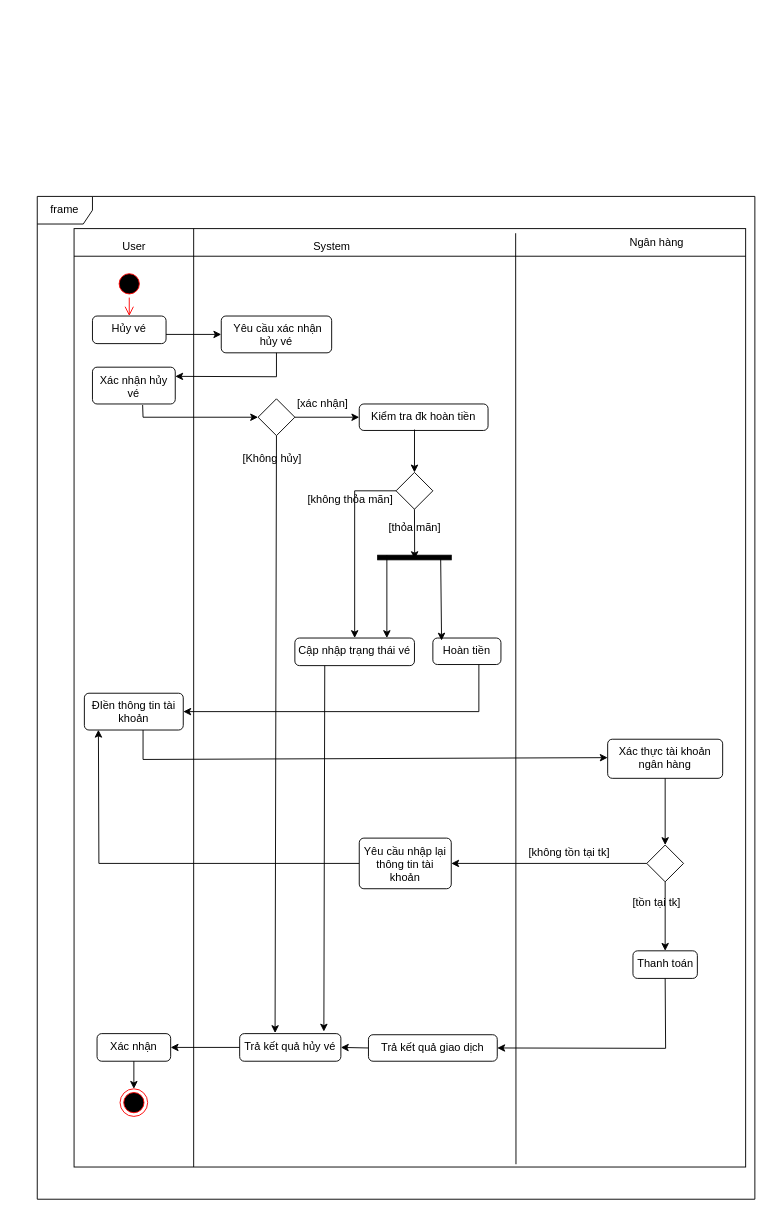
Above: Activity Diagram/Activity Diagram Canclebooking.drawio in dvhAoU1374/IT3120-PTTKHT (draw.io), before the change. Source tidied: cells renumbered, new cells numbered last; positions are measured from the earlier drawing's top-left corner, leaving out a move shared by most shapes. Both pictures are drawn from the tidied source at 92%, with x=0, y=0 at pixel (37, 196).
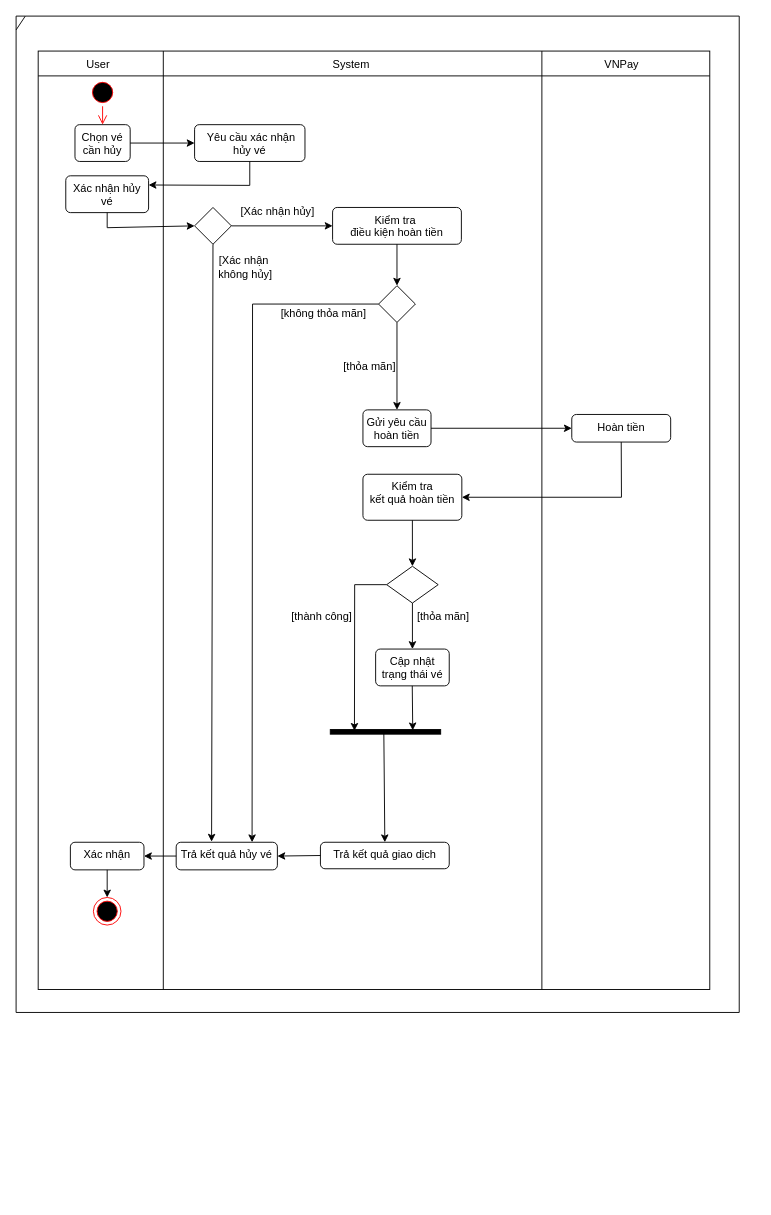
After the change.

Change to the diagram source:
```diff
@@
-    <mxCell id="2" value="frame" style="shape=umlFrame;whiteSpace=wrap;html=1;" parent="1" vertex="1">
-      <mxGeometry width="780" height="1090" as="geometry" />
-    </mxCell>
-    <mxCell id="3" style="shape=internalStorage;whiteSpace=wrap;html=1;backgroundOutline=1;dx=130;dy=30;" parent="1" vertex="1">
-      <mxGeometry x="40" y="35" width="730" height="1020" as="geometry" />
+    <mxCell id="3" style="shape=internalStorage;whiteSpace=wrap;html=1;backgroundOutline=1;dx=136;dy=27;" parent="1" vertex="1">
+      <mxGeometry x="1" y="-158" width="730" height="1020" as="geometry" />
     </mxCell>
     <mxCell id="4" value="User" style="text;html=1;align=center;verticalAlign=middle;strokeColor=none;fillColor=none;" parent="1" vertex="1">
-      <mxGeometry x="80" y="40" width="50" height="30" as="geometry" />
+      <mxGeometry x="41" y="-158" width="50" height="30" as="geometry" />
     </mxCell>
     <mxCell id="5" value="System" style="text;html=1;align=center;verticalAlign=middle;strokeColor=none;fillColor=none;" parent="1" vertex="1">
-      <mxGeometry x="290" y="40" width="60" height="30" as="geometry" />
+      <mxGeometry x="311" y="-158" width="60" height="30" as="geometry" />
     </mxCell>
-    <mxCell id="6" value="Hủy vé" style="html=1;align=center;verticalAlign=top;rounded=1;absoluteArcSize=1;arcSize=10;dashed=0;whiteSpace=wrap;" parent="1" vertex="1">
-      <mxGeometry x="60" y="130" width="80" height="30" as="geometry" />
+    <mxCell id="6" value="Chọn vé cần hủy" style="html=1;align=center;verticalAlign=top;rounded=1;absoluteArcSize=1;arcSize=10;dashed=0;whiteSpace=wrap;" parent="1" vertex="1">
+      <mxGeometry x="41" y="-78" width="60" height="40" as="geometry" />
     </mxCell>
     <mxCell id="7" value="&amp;nbsp;Yêu cầu xác nhận hủy vé" style="html=1;align=center;verticalAlign=top;rounded=1;absoluteArcSize=1;arcSize=10;dashed=0;whiteSpace=wrap;" parent="1" vertex="1">
-      <mxGeometry x="200" y="130" width="120" height="40" as="geometry" />
+      <mxGeometry x="171" y="-78" width="120" height="40" as="geometry" />
     </mxCell>
-    <mxCell id="8" style="endArrow=classic;html=1;rounded=0;entryX=0;entryY=0.5;entryDx=0;entryDy=0;" parent="1" edge="1" target="7">
-      <mxGeometry relative="1" as="geometry">
-        <mxPoint x="140" y="150" as="sourcePoint" />
-      </mxGeometry>
+    <mxCell id="8" style="endArrow=classic;html=1;rounded=0;entryX=0;entryY=0.5;entryDx=0;entryDy=0;exitX=1;exitY=0.5;exitDx=0;exitDy=0;" parent="1" edge="1" source="6" target="7">
+      <mxGeometry relative="1" as="geometry" />
     </mxCell>
-    <mxCell id="9" value="Kiểm tra đk hoàn tiền" style="html=1;align=center;verticalAlign=top;rounded=1;absoluteArcSize=1;arcSize=10;dashed=0;whiteSpace=wrap;" parent="1" vertex="1">
-      <mxGeometry x="350" y="225.6" width="140" height="28.8" as="geometry" />
+    <mxCell id="9" value="Kiểm tra&amp;nbsp;&lt;div&gt;điều kiện hoàn tiền&lt;/div&gt;" style="html=1;align=center;verticalAlign=top;rounded=1;absoluteArcSize=1;arcSize=10;dashed=0;whiteSpace=wrap;" parent="1" vertex="1">
+      <mxGeometry x="321" y="12" width="140" height="40" as="geometry" />
     </mxCell>
     <mxCell id="10" style="ellipse;html=1;shape=startState;fillColor=#000000;strokeColor=#ff0000;" parent="1" vertex="1">
-      <mxGeometry x="85" y="80" width="30" height="30" as="geometry" />
+      <mxGeometry x="56" y="-128" width="30" height="30" as="geometry" />
     </mxCell>
@@
-    <mxCell id="12" value="Cập nhập trạng thái vé" style="html=1;align=center;verticalAlign=top;rounded=1;absoluteArcSize=1;arcSize=10;dashed=0;whiteSpace=wrap;" parent="1" vertex="1">
-      <mxGeometry x="280" y="480" width="130" height="30" as="geometry" />
-    </mxCell>
-    <mxCell id="13" value="Hoàn tiền" style="html=1;align=center;verticalAlign=top;rounded=1;absoluteArcSize=1;arcSize=10;dashed=0;whiteSpace=wrap;" parent="1" vertex="1">
-      <mxGeometry x="430" y="480" width="74" height="28.8" as="geometry" />
+    <mxCell id="13" value="Gửi yêu cầu hoàn tiền" style="html=1;align=center;verticalAlign=top;rounded=1;absoluteArcSize=1;arcSize=10;dashed=0;whiteSpace=wrap;" parent="1" vertex="1">
+      <mxGeometry x="354" y="232" width="74" height="40" as="geometry" />
     </mxCell>
-    <mxCell id="14" value="ĐIền thông tin tài khoản" style="html=1;align=center;verticalAlign=top;rounded=1;absoluteArcSize=1;arcSize=10;dashed=0;whiteSpace=wrap;" parent="1" vertex="1">
-      <mxGeometry x="51.2" y="540" width="107.5" height="40" as="geometry" />
+    <mxCell id="14" value="Hoàn tiền" style="html=1;align=center;verticalAlign=top;rounded=1;absoluteArcSize=1;arcSize=10;dashed=0;whiteSpace=wrap;" parent="1" vertex="1">
+      <mxGeometry x="581" y="237" width="107.5" height="30" as="geometry" />
     </mxCell>
-    <mxCell id="15" value="Xác thực tài khoản ngân hàng" style="html=1;align=center;verticalAlign=top;rounded=1;absoluteArcSize=1;arcSize=10;dashed=0;whiteSpace=wrap;" parent="1" vertex="1">
-      <mxGeometry x="620" y="590" width="125" height="42.5" as="geometry" />
-    </mxCell>
     <mxCell id="16" value="Trả kết quả hủy vé" style="html=1;align=center;verticalAlign=top;rounded=1;absoluteArcSize=1;arcSize=10;dashed=0;whiteSpace=wrap;" parent="1" vertex="1">
-      <mxGeometry x="220" y="910" width="110" height="30" as="geometry" />
+      <mxGeometry x="151" y="702" width="110" height="30" as="geometry" />
     </mxCell>
     <mxCell id="17" value="Xác nhận" style="html=1;align=center;verticalAlign=top;rounded=1;absoluteArcSize=1;arcSize=10;dashed=0;whiteSpace=wrap;" parent="1" vertex="1">
-      <mxGeometry x="65" y="910" width="80" height="30" as="geometry" />
+      <mxGeometry x="36" y="702" width="80" height="30" as="geometry" />
     </mxCell>
     <mxCell id="18" value="Trả kết quả giao dịch" style="html=1;align=center;verticalAlign=top;rounded=1;absoluteArcSize=1;arcSize=10;dashed=0;whiteSpace=wrap;" parent="1" vertex="1">
-      <mxGeometry x="360" y="911.2" width="140" height="28.8" as="geometry" />
+      <mxGeometry x="307.8" y="702" width="140" height="28.8" as="geometry" />
     </mxCell>
-    <mxCell id="19" value="Thanh toán" style="html=1;align=center;verticalAlign=top;rounded=1;absoluteArcSize=1;arcSize=10;dashed=0;whiteSpace=wrap;" parent="1" vertex="1">
-      <mxGeometry x="647.5" y="820" width="70" height="30" as="geometry" />
-    </mxCell>
     <mxCell id="20" style="shape=rhombus;html=1;verticalLabelPosition=bottom;verticalAlignment=top;" parent="1" vertex="1">
-      <mxGeometry x="240" y="220" width="40" height="40" as="geometry" />
+      <mxGeometry x="171" y="12" width="40" height="40" as="geometry" />
     </mxCell>
     <mxCell id="21" style="endArrow=classic;html=1;rounded=0;exitX=0.5;exitY=1;exitDx=0;exitDy=0;exitPerimeter=0;entryX=1;entryY=0.25;entryDx=0;entryDy=0;" parent="1" edge="1" source="7" target="47">
       <mxGeometry relative="1" as="geometry">
         <Array as="points">
-          <mxPoint x="260" y="196" />
+          <mxPoint x="231" y="-12" />
         </Array>
       </mxGeometry>
     </mxCell>
@@
     <mxCell id="24" style="shape=rhombus;html=1;verticalLabelPosition=bottom;verticalAlignment=top;" parent="1" vertex="1">
-      <mxGeometry x="390" y="300" width="40" height="40" as="geometry" />
+      <mxGeometry x="371" y="97" width="40" height="40" as="geometry" />
     </mxCell>
-    <mxCell id="25" style="endArrow=classic;html=1;rounded=0;entryX=0.5;entryY=0;entryDx=0;entryDy=0;exitX=0.429;exitY=0.966;exitDx=0;exitDy=0;exitPerimeter=0;" parent="1" edge="1" source="9" target="24">
+    <mxCell id="25" style="endArrow=classic;html=1;rounded=0;entryX=0.5;entryY=0;entryDx=0;entryDy=0;exitX=0.5;exitY=1;exitDx=0;exitDy=0;" parent="1" edge="1" source="9" target="24">
       <mxGeometry relative="1" as="geometry" />
     </mxCell>
@@
-    <mxCell id="27" style="endArrow=classic;html=1;rounded=0;entryX=0.84;entryY=0.497;entryDx=0;entryDy=0;exitX=0.5;exitY=1;exitDx=0;exitDy=0;entryPerimeter=0;" parent="1" edge="1" source="24" target="28">
-      <mxGeometry relative="1" as="geometry" />
-    </mxCell>
-    <mxCell id="28" style="html=1;points=[];perimeter=orthogonalPerimeter;fillColor=strokeColor;direction=south;" parent="1" vertex="1">
-      <mxGeometry x="370" y="390" width="80" height="5" as="geometry" />
-    </mxCell>
-    <mxCell id="29" style="endArrow=classic;html=1;rounded=0;" parent="1" edge="1">
-      <mxGeometry relative="1" as="geometry">
-        <mxPoint x="380" y="390" as="sourcePoint" />
-        <mxPoint x="380" y="480" as="targetPoint" />
-      </mxGeometry>
-    </mxCell>
-    <mxCell id="30" style="endArrow=classic;html=1;rounded=0;exitX=0.55;exitY=0.144;exitDx=0;exitDy=0;exitPerimeter=0;entryX=0.128;entryY=0.096;entryDx=0;entryDy=0;entryPerimeter=0;" parent="1" edge="1" source="28" target="13">
+    <mxCell id="30" style="endArrow=classic;html=1;rounded=0;exitX=0.5;exitY=1;exitDx=0;exitDy=0;entryX=0.5;entryY=0;entryDx=0;entryDy=0;" parent="1" edge="1" source="24" target="13">
       <mxGeometry relative="1" as="geometry" />
     </mxCell>
-    <mxCell id="31" style="endArrow=classic;html=1;rounded=0;exitX=0;exitY=0.5;exitDx=0;exitDy=0;entryX=0.5;entryY=0;entryDx=0;entryDy=0;" parent="1" edge="1" source="24" target="12">
+    <mxCell id="31" style="endArrow=classic;html=1;rounded=0;exitX=0;exitY=0.5;exitDx=0;exitDy=0;entryX=0.75;entryY=0;entryDx=0;entryDy=0;" parent="1" edge="1" source="24" target="16">
       <mxGeometry relative="1" as="geometry">
         <Array as="points">
-          <mxPoint x="345" y="320" />
+          <mxPoint x="234" y="117" />
         </Array>
       </mxGeometry>
     </mxCell>
-    <mxCell id="32" style="endArrow=classic;html=1;rounded=0;exitX=0.676;exitY=1;exitDx=0;exitDy=0;exitPerimeter=0;entryX=1;entryY=0.5;entryDx=0;entryDy=0;" parent="1" edge="1" source="13" target="14">
-      <mxGeometry relative="1" as="geometry">
-        <Array as="points">
-          <mxPoint x="480" y="560" />
-        </Array>
-      </mxGeometry>
-    </mxCell>
-    <mxCell id="33" style="endArrow=classic;html=1;rounded=0;exitX=0.5;exitY=1;exitDx=0;exitDy=0;entryX=0;entryY=0.471;entryDx=0;entryDy=0;entryPerimeter=0;" parent="1" edge="1" target="15">
-      <mxGeometry relative="1" as="geometry">
-        <mxPoint x="115" y="580" as="sourcePoint" />
-        <Array as="points">
-          <mxPoint x="115" y="612" />
-        </Array>
-      </mxGeometry>
-    </mxCell>
-    <mxCell id="34" style="shape=rhombus;html=1;verticalLabelPosition=bottom;verticalAlignment=top;" parent="1" vertex="1">
-      <mxGeometry x="662.5" y="705" width="40" height="40" as="geometry" />
-    </mxCell>
-    <mxCell id="35" style="edgeStyle=orthogonalEdgeStyle;rounded=0;orthogonalLoop=1;jettySize=auto;html=1;exitX=0.5;exitY=1;exitDx=0;exitDy=0;" parent="1" edge="1" source="19" target="19">
-      <mxGeometry relative="1" as="geometry" />
+    <mxCell id="35" style="edgeStyle=orthogonalEdgeStyle;rounded=0;orthogonalLoop=1;jettySize=auto;html=1;exitX=0.5;exitY=1;exitDx=0;exitDy=0;" parent="1" edge="1">
+      <mxGeometry relative="1" as="geometry">
+        <mxPoint x="653.5" y="642" as="sourcePoint" />
+        <mxPoint x="653.5" y="642" as="targetPoint" />
+      </mxGeometry>
     </mxCell>
-    <mxCell id="36" style="endArrow=classic;html=1;rounded=0;entryX=0.5;entryY=0;entryDx=0;entryDy=0;exitX=0.5;exitY=1;exitDx=0;exitDy=0;" parent="1" edge="1" source="15" target="34">
-      <mxGeometry relative="1" as="geometry" />
-    </mxCell>
-    <mxCell id="37" style="endArrow=classic;html=1;rounded=0;exitX=0.5;exitY=1;exitDx=0;exitDy=0;entryX=0.5;entryY=0;entryDx=0;entryDy=0;" parent="1" edge="1" source="34" target="19">
-      <mxGeometry relative="1" as="geometry" />
-    </mxCell>
-    <mxCell id="38" style="endArrow=classic;html=1;rounded=0;entryX=0.142;entryY=0.994;entryDx=0;entryDy=0;entryPerimeter=0;exitX=0;exitY=0.5;exitDx=0;exitDy=0;" parent="1" edge="1" source="56" target="14">
-      <mxGeometry relative="1" as="geometry">
-        <Array as="points">
-          <mxPoint x="67" y="725" />
-        </Array>
-      </mxGeometry>
-    </mxCell>
-    <mxCell id="39" style="endArrow=classic;html=1;rounded=0;exitX=0.5;exitY=1;exitDx=0;exitDy=0;entryX=1;entryY=0.5;entryDx=0;entryDy=0;" parent="1" edge="1" source="19" target="18">
-      <mxGeometry relative="1" as="geometry">
-        <Array as="points">
-          <mxPoint x="683" y="926" />
-        </Array>
-      </mxGeometry>
-    </mxCell>
@@
-    <mxCell id="41" style="endArrow=classic;html=1;rounded=0;exitX=0.25;exitY=1;exitDx=0;exitDy=0;entryX=0.832;entryY=-0.075;entryDx=0;entryDy=0;entryPerimeter=0;" parent="1" edge="1" source="12" target="16">
-      <mxGeometry relative="1" as="geometry" />
-    </mxCell>
@@
     <mxCell id="43" style="ellipse;html=1;shape=endState;fillColor=#000000;strokeColor=#ff0000;" parent="1" vertex="1">
-      <mxGeometry x="90" y="970" width="30" height="30" as="geometry" />
+      <mxGeometry x="61" y="762" width="30" height="30" as="geometry" />
     </mxCell>
@@
-    <mxCell id="45" style="endArrow=none;html=1;rounded=0;exitX=0.658;exitY=0.997;exitDx=0;exitDy=0;exitPerimeter=0;" parent="1" edge="1" source="3">
-      <mxGeometry relative="1" as="geometry">
-        <mxPoint x="520" y="40" as="targetPoint" />
-      </mxGeometry>
+    <mxCell id="45" style="endArrow=none;html=1;rounded=0;exitX=0.75;exitY=1;exitDx=0;exitDy=0;entryX=0.75;entryY=0;entryDx=0;entryDy=0;" parent="1" edge="1" source="3" target="3">
+      <mxGeometry relative="1" as="geometry" />
     </mxCell>
-    <mxCell id="46" value="[xác nhận]" style="text;html=1;align=center;verticalAlign=middle;strokeColor=none;fillColor=none;" parent="1" vertex="1">
-      <mxGeometry x="270" y="210" width="80" height="30" as="geometry" />
+    <mxCell id="46" value="[Xác nhận hủy]" style="text;html=1;align=center;verticalAlign=middle;strokeColor=none;fillColor=none;" parent="1" vertex="1">
+      <mxGeometry x="211" y="2" width="100" height="30" as="geometry" />
     </mxCell>
     <mxCell id="47" value="Xác nhận hủy vé" style="html=1;align=center;verticalAlign=top;rounded=1;absoluteArcSize=1;arcSize=10;dashed=0;whiteSpace=wrap;" parent="1" vertex="1">
-      <mxGeometry x="60" y="185.6" width="90" height="40" as="geometry" />
+      <mxGeometry x="31" y="-22.4" width="90" height="40" as="geometry" />
     </mxCell>
-    <mxCell id="48" style="endArrow=classic;html=1;rounded=0;exitX=0.606;exitY=1.028;exitDx=0;exitDy=0;exitPerimeter=0;entryX=0;entryY=0.5;entryDx=0;entryDy=0;" parent="1" edge="1" source="47" target="20">
+    <mxCell id="48" style="endArrow=classic;html=1;rounded=0;entryX=0;entryY=0.5;entryDx=0;entryDy=0;exitX=0.5;exitY=1;exitDx=0;exitDy=0;" parent="1" edge="1" source="47" target="20">
       <mxGeometry relative="1" as="geometry">
         <Array as="points">
-          <mxPoint x="115" y="240" />
+          <mxPoint x="76" y="34" />
         </Array>
       </mxGeometry>
     </mxCell>
-    <mxCell id="49" value="[Không hủy]" style="text;html=1;align=center;verticalAlign=middle;strokeColor=none;fillColor=none;" parent="1" vertex="1">
-      <mxGeometry x="210" y="270" width="90" height="30" as="geometry" />
+    <mxCell id="49" value="[Xác nhận&amp;nbsp;&lt;div&gt;không hủy]&lt;/div&gt;" style="text;html=1;align=center;verticalAlign=middle;strokeColor=none;fillColor=none;" parent="1" vertex="1">
+      <mxGeometry x="186" y="57" width="80" height="40" as="geometry" />
     </mxCell>
     <mxCell id="50" value="[thỏa mãn]" style="text;html=1;align=center;verticalAlign=middle;strokeColor=none;fillColor=none;" parent="1" vertex="1">
-      <mxGeometry x="370" y="345" width="80" height="30" as="geometry" />
+      <mxGeometry x="321" y="170" width="80" height="30" as="geometry" />
     </mxCell>
     <mxCell id="51" value="[không thỏa mãn]" style="text;html=1;align=center;verticalAlign=middle;strokeColor=none;fillColor=none;" parent="1" vertex="1">
-      <mxGeometry x="280" y="315" width="120" height="30" as="geometry" />
+      <mxGeometry x="251" y="113" width="120" height="30" as="geometry" />
     </mxCell>
-    <mxCell id="52" value="[tồn tại tk]" style="text;html=1;align=center;verticalAlign=middle;strokeColor=none;fillColor=none;" parent="1" vertex="1">
-      <mxGeometry x="632.5" y="752.5" width="80" height="30" as="geometry" />
-    </mxCell>
-    <mxCell id="53" style="edgeStyle=orthogonalEdgeStyle;rounded=0;orthogonalLoop=1;jettySize=auto;html=1;exitX=0.5;exitY=1;exitDx=0;exitDy=0;" parent="1" edge="1" source="19" target="19">
-      <mxGeometry relative="1" as="geometry" />
+    <mxCell id="53" style="edgeStyle=orthogonalEdgeStyle;rounded=0;orthogonalLoop=1;jettySize=auto;html=1;exitX=0.5;exitY=1;exitDx=0;exitDy=0;" parent="1" edge="1">
+      <mxGeometry relative="1" as="geometry">
+        <mxPoint x="653.5" y="642" as="sourcePoint" />
+        <mxPoint x="653.5" y="642" as="targetPoint" />
+      </mxGeometry>
     </mxCell>
-    <mxCell id="54" value="[không tồn tại tk]" style="text;html=1;align=center;verticalAlign=middle;strokeColor=none;fillColor=none;" parent="1" vertex="1">
-      <mxGeometry x="522.5" y="697.5" width="110" height="30" as="geometry" />
-    </mxCell>
-    <mxCell id="55" value="Ngân hàng" style="text;html=1;align=center;verticalAlign=middle;strokeColor=none;fillColor=none;" parent="1" vertex="1">
-      <mxGeometry x="632.5" y="35" width="80" height="30" as="geometry" />
+    <mxCell id="55" value="VNPay" style="text;html=1;align=center;verticalAlign=middle;strokeColor=none;fillColor=none;" parent="1" vertex="1">
+      <mxGeometry x="604.8" y="-158" width="60" height="30" as="geometry" />
     </mxCell>
-    <mxCell id="56" value="Yêu cầu nhập lại thông tin tài khoản" style="html=1;align=center;verticalAlign=top;rounded=1;absoluteArcSize=1;arcSize=10;dashed=0;whiteSpace=wrap;" parent="1" vertex="1">
-      <mxGeometry x="350" y="697.5" width="100" height="55" as="geometry" />
-    </mxCell>
-    <mxCell id="57" style="endArrow=classic;html=1;rounded=0;exitX=0;exitY=0.5;exitDx=0;exitDy=0;entryX=1;entryY=0.5;entryDx=0;entryDy=0;" parent="1" edge="1" source="34" target="56">
-      <mxGeometry relative="1" as="geometry" />
-    </mxCell>
+    <mxCell id="32" style="endArrow=classic;html=1;rounded=0;exitX=1;exitY=0.5;exitDx=0;exitDy=0;entryX=0;entryY=0.5;entryDx=0;entryDy=0;" parent="1" edge="1" source="13" target="14">
+      <mxGeometry relative="1" as="geometry" />
+    </mxCell>
+    <mxCell id="58" value="Kiểm tra&lt;div&gt;kết quả hoàn tiền&lt;/div&gt;" style="html=1;align=center;verticalAlign=top;rounded=1;absoluteArcSize=1;arcSize=10;dashed=0;whiteSpace=wrap;" parent="1" vertex="1">
+      <mxGeometry x="354" y="302" width="107.5" height="50" as="geometry" />
+    </mxCell>
+    <mxCell id="59" style="endArrow=classic;html=1;rounded=0;exitX=0.5;exitY=1;exitDx=0;exitDy=0;entryX=1;entryY=0.5;entryDx=0;entryDy=0;" parent="1" edge="1" source="14" target="58">
+      <mxGeometry relative="1" as="geometry">
+        <Array as="points">
+          <mxPoint x="635" y="327" />
+        </Array>
+      </mxGeometry>
+    </mxCell>
+    <mxCell id="60" style="endArrow=classic;html=1;rounded=0;exitX=0.5;exitY=1;exitDx=0;exitDy=0;entryX=0;entryY=0.5;entryDx=0;entryDy=0;" parent="1" edge="1" source="58" target="61">
+      <mxGeometry relative="1" as="geometry" />
+    </mxCell>
+    <mxCell id="61" style="rhombus;whiteSpace=wrap;html=1;direction=south;" parent="1" vertex="1">
+      <mxGeometry x="379.8" y="402" width="56" height="40" as="geometry" />
+    </mxCell>
+    <mxCell id="62" value="Cập nhật&lt;div&gt;trạng thái vé&lt;/div&gt;" style="html=1;align=center;verticalAlign=top;rounded=1;absoluteArcSize=1;arcSize=10;dashed=0;whiteSpace=wrap;" parent="1" vertex="1">
+      <mxGeometry x="367.8" y="492" width="80" height="40" as="geometry" />
+    </mxCell>
+    <mxCell id="63" style="endArrow=classic;html=1;rounded=0;exitX=1;exitY=0.5;exitDx=0;exitDy=0;entryX=0.5;entryY=0;entryDx=0;entryDy=0;" parent="1" edge="1" source="61" target="62">
+      <mxGeometry relative="1" as="geometry" />
+    </mxCell>
+    <mxCell id="64" value="[thỏa mãn]" style="text;html=1;align=center;verticalAlign=middle;strokeColor=none;fillColor=none;" parent="1" vertex="1">
+      <mxGeometry x="401" y="442" width="80" height="30" as="geometry" />
+    </mxCell>
+    <mxCell id="65" style="endArrow=classic;html=1;rounded=0;exitX=0.5;exitY=1;exitDx=0;exitDy=0;entryX=0.279;entryY=0.781;entryDx=0;entryDy=0;entryPerimeter=0;" parent="1" edge="1" source="61" target="67">
+      <mxGeometry relative="1" as="geometry">
+        <Array as="points">
+          <mxPoint x="345" y="422" />
+        </Array>
+      </mxGeometry>
+    </mxCell>
+    <mxCell id="66" value="[thành công]" style="text;html=1;align=center;verticalAlign=middle;strokeColor=none;fillColor=none;" parent="1" vertex="1">
+      <mxGeometry x="264" y="442" width="90" height="30" as="geometry" />
+    </mxCell>
+    <mxCell id="67" style="html=1;points=[];perimeter=orthogonalPerimeter;fillColor=strokeColor;rotation=90;" parent="1" vertex="1">
+      <mxGeometry x="376" y="522" width="5" height="120" as="geometry" />
+    </mxCell>
+    <mxCell id="68" style="endArrow=classic;html=1;rounded=0;exitX=1;exitY=0.5;exitDx=0;exitDy=0;entryX=0.169;entryY=0.253;entryDx=0;entryDy=0;entryPerimeter=0;" parent="1" edge="1" target="67">
+      <mxGeometry relative="1" as="geometry">
+        <mxPoint x="407.6" y="532" as="sourcePoint" />
+      </mxGeometry>
+    </mxCell>
+    <mxCell id="69" style="endArrow=classic;html=1;rounded=0;exitX=0.39;exitY=0.515;exitDx=0;exitDy=0;entryX=0.5;entryY=0;entryDx=0;entryDy=0;exitPerimeter=0;" parent="1" edge="1" source="67" target="18">
+      <mxGeometry relative="1" as="geometry" />
+    </mxCell>
+    <mxCell id="70" style="shape=umlFrame;whiteSpace=wrap;html=1;width=10;height=15;" parent="1" vertex="1">
+      <mxGeometry x="-23" y="-196" width="786" height="1083" as="geometry" />
+    </mxCell>
```
